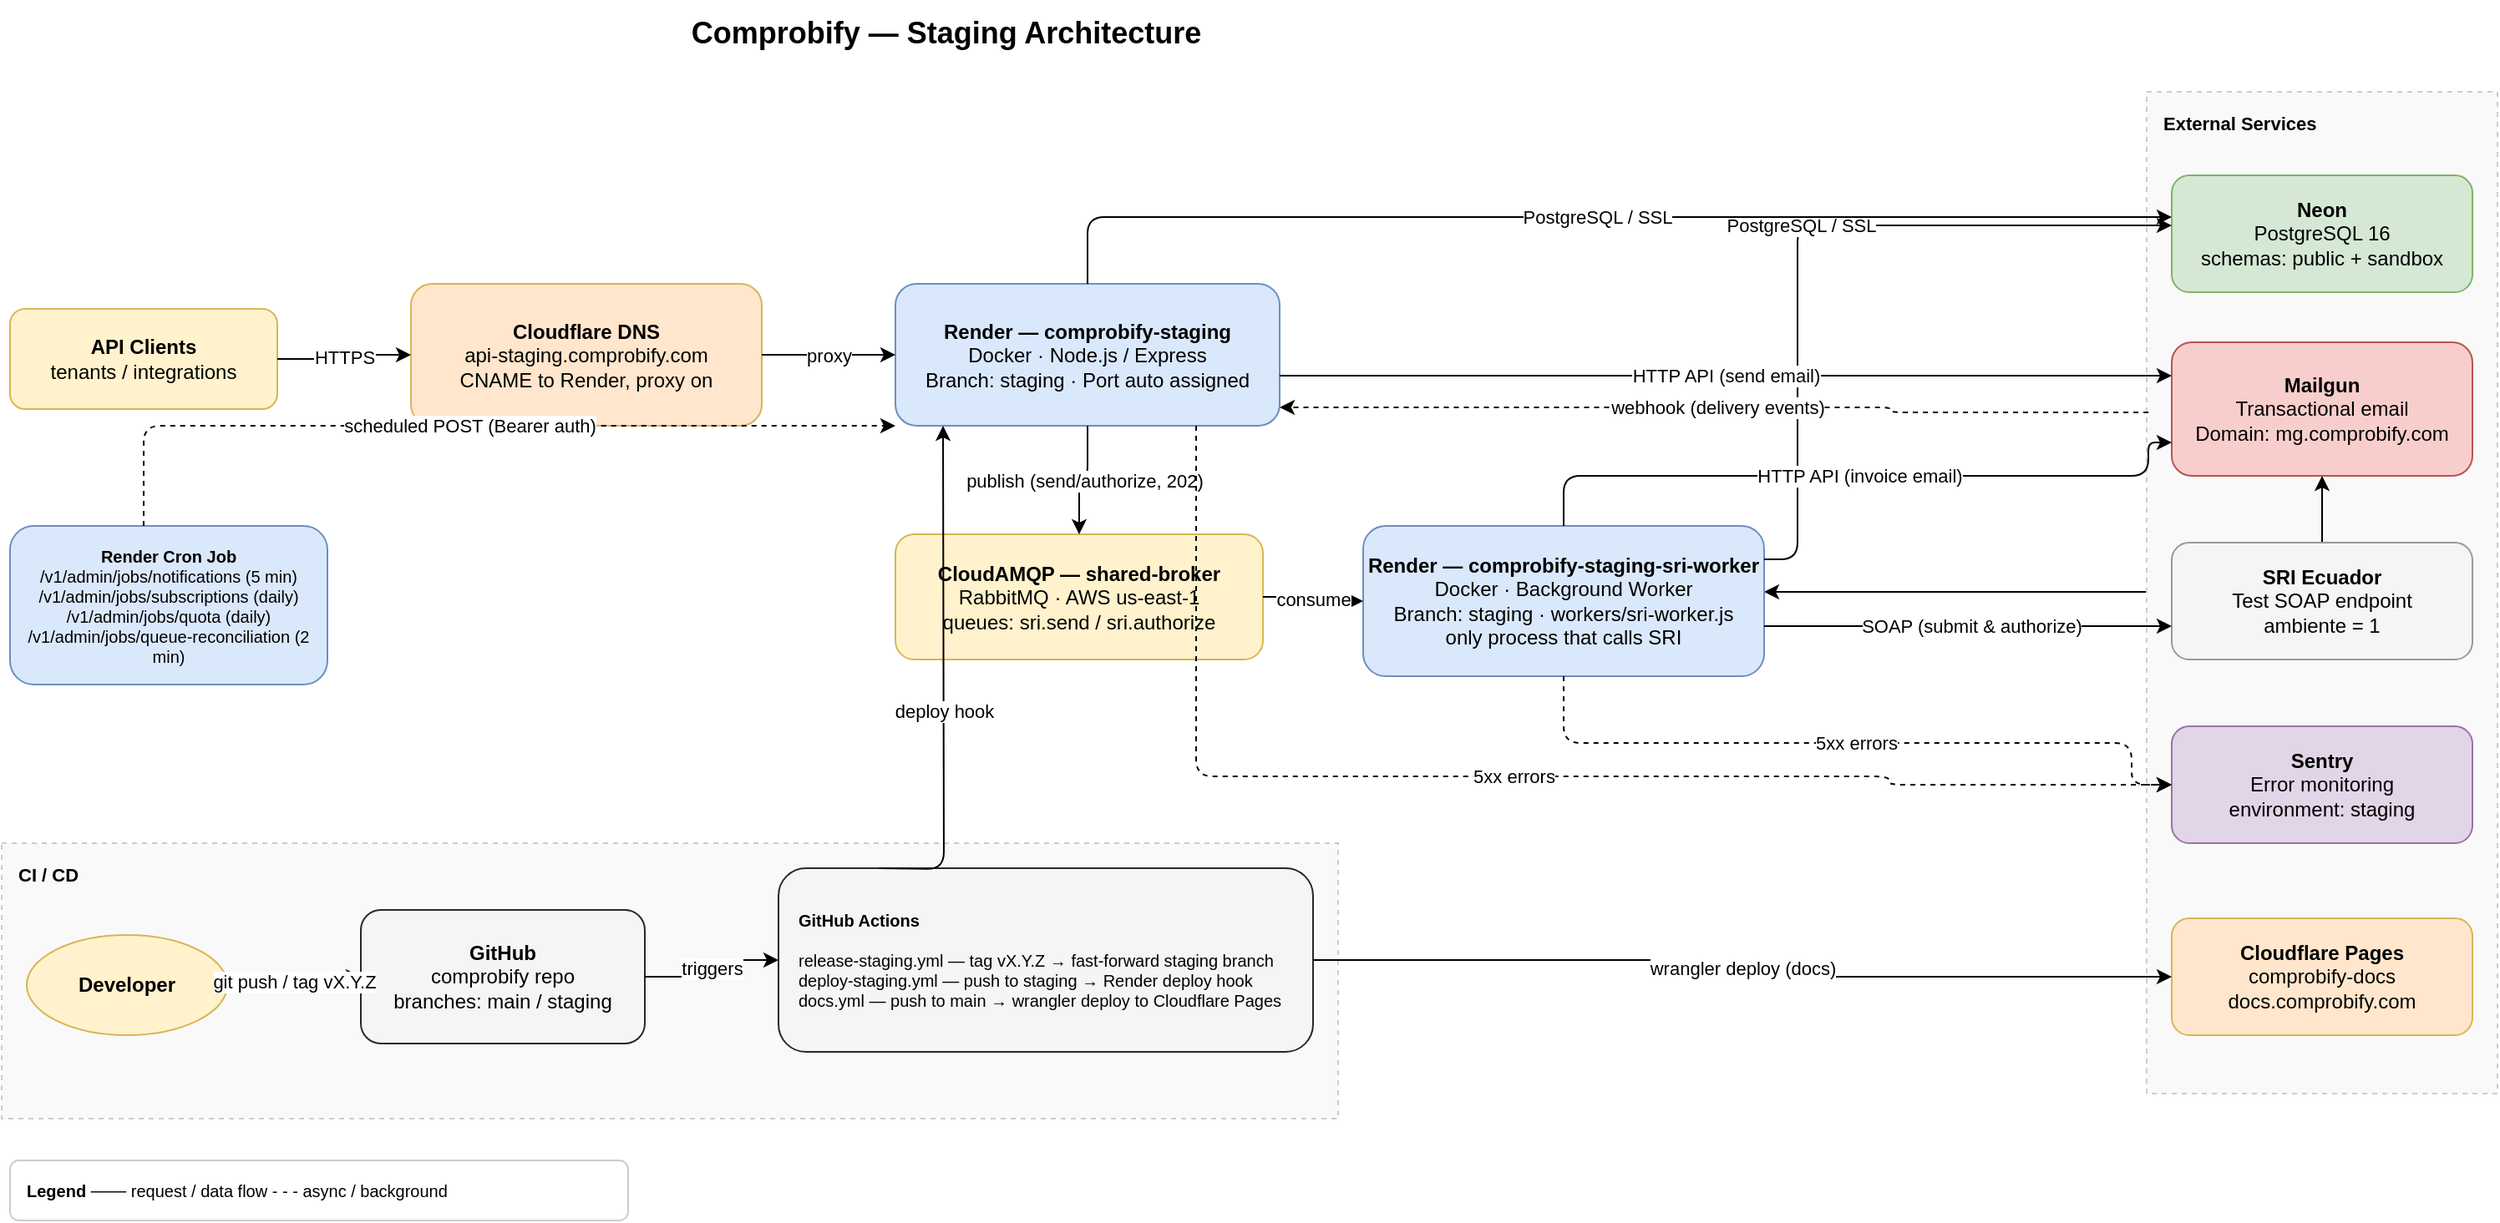
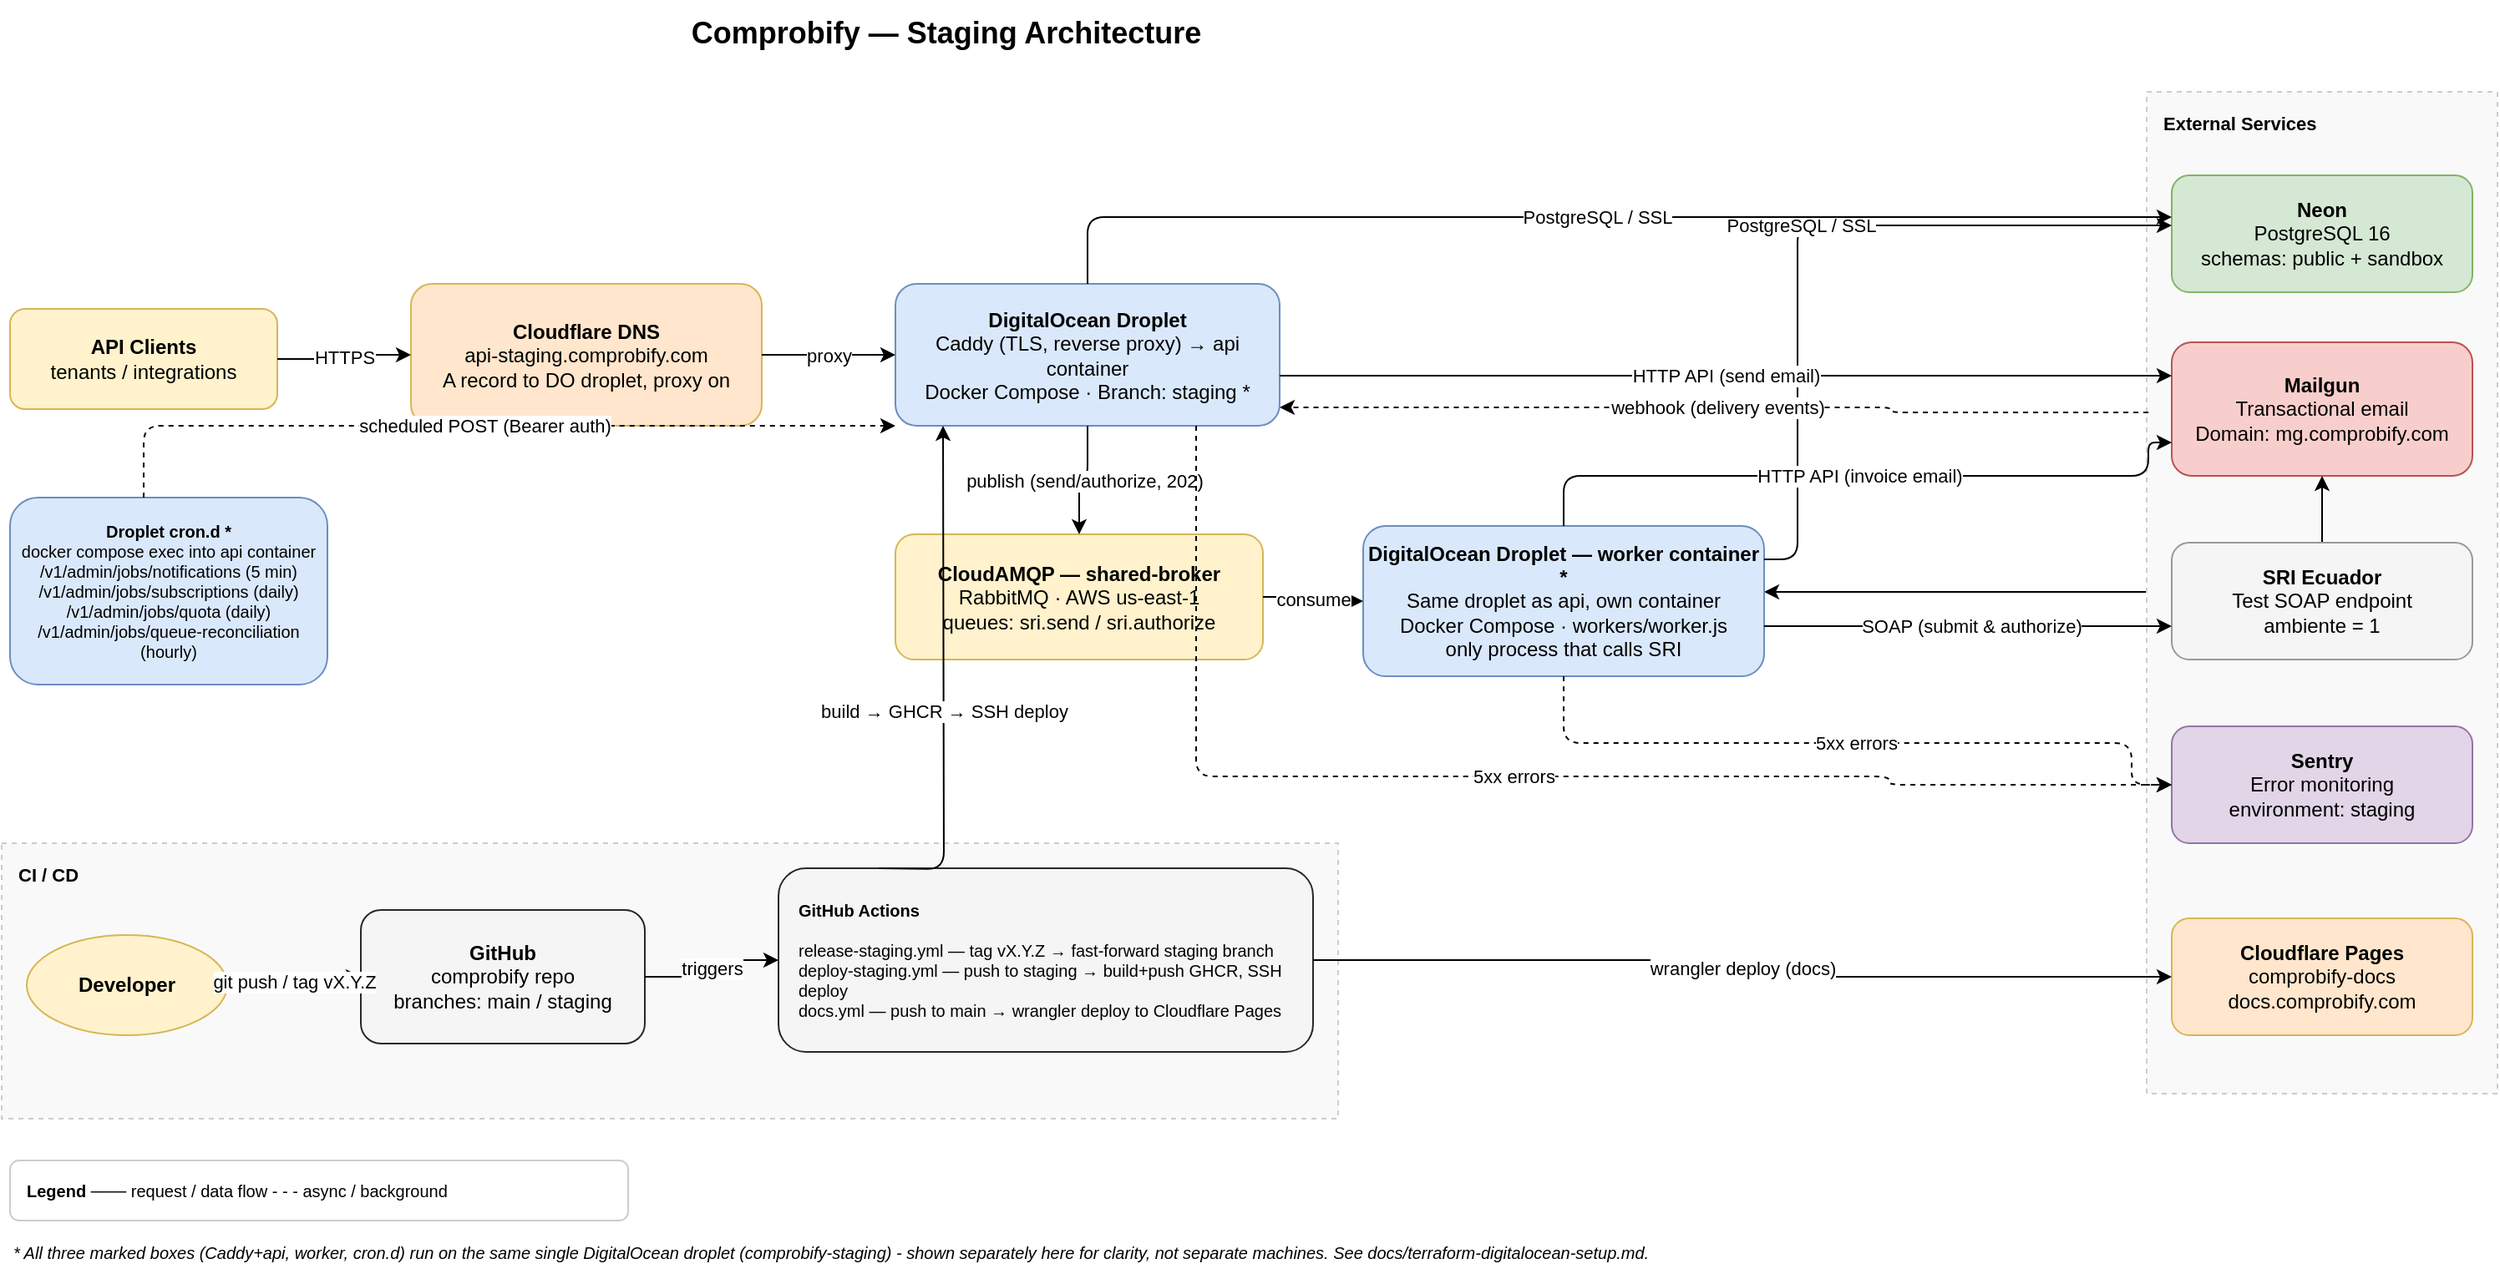
<mxfile host="app.diagrams.net">
  <diagram name="Staging Architecture" id="7UkjYN3cqqxy8C60ASo-">
    <mxGraphModel grid="1" page="1" gridSize="10" guides="1" tooltips="1" connect="1" arrows="1" fold="1" pageScale="1" pageWidth="827" pageHeight="1169" math="0" shadow="0">
      <root>
        <mxCell id="0" />
        <mxCell id="1" parent="0" />
        <mxCell id="iyyHeRbHeA1ESX64Fu_m-55" parent="1" style="text;html=1;strokeColor=none;fillColor=none;align=center;verticalAlign=middle;fontSize=18;fontStyle=1;" value="Comprobify — Staging Architecture" vertex="1">
          <mxGeometry height="40" width="480" x="380" y="15" as="geometry" />
        </mxCell>
        <mxCell id="iyyHeRbHeA1ESX64Fu_m-56" parent="1" style="text;html=1;align=left;verticalAlign=top;fontSize=11;fontStyle=1;strokeColor=#cccccc;fillColor=#f9f9f9;dashed=1;spacingLeft=8;spacingTop=6;" value="CI / CD" vertex="1">
          <mxGeometry height="165" width="800" x="55" y="520" as="geometry" />
        </mxCell>
        <mxCell id="MR4YI5n5OZRJ7tTRP6f--1" edge="1" parent="1" style="edgeStyle=orthogonalEdgeStyle;rounded=0;orthogonalLoop=1;jettySize=auto;html=1;" value="">
          <mxGeometry relative="1" as="geometry">
            <Array as="points">
              <mxPoint x="1180" y="369.47" />
              <mxPoint x="1180" y="369.47" />
            </Array>
            <mxPoint x="1339" y="369.47" as="sourcePoint" />
            <mxPoint x="1110" y="369.47" as="targetPoint" />
          </mxGeometry>
        </mxCell>
        <mxCell id="iyyHeRbHeA1ESX64Fu_m-57" parent="1" style="text;html=1;align=left;verticalAlign=top;fontSize=11;fontStyle=1;strokeColor=#cccccc;fillColor=#f9f9f9;dashed=1;spacingLeft=8;spacingTop=6;" value="External Services" vertex="1">
          <mxGeometry height="600" width="210" x="1339" y="70" as="geometry" />
        </mxCell>
        <mxCell id="iyyHeRbHeA1ESX64Fu_m-58" parent="1" style="rounded=1;whiteSpace=wrap;html=1;fillColor=#fff2cc;strokeColor=#d6b656;" value="&lt;b&gt;API Clients&lt;/b&gt;&lt;br/&gt;tenants / integrations" vertex="1">
          <mxGeometry height="60" width="160" x="60" y="200" as="geometry" />
        </mxCell>
-         <mxCell id="iyyHeRbHeA1ESX64Fu_m-59" parent="1" style="rounded=1;whiteSpace=wrap;html=1;fillColor=#ffe6cc;strokeColor=#d6b656;" value="&lt;b&gt;Cloudflare DNS&lt;/b&gt;&lt;br/&gt;api-staging.comprobify.com&lt;br/&gt;CNAME to Render, proxy on" vertex="1">
+         <mxCell id="iyyHeRbHeA1ESX64Fu_m-59" parent="1" style="rounded=1;whiteSpace=wrap;html=1;fillColor=#ffe6cc;strokeColor=#d6b656;" value="&lt;b&gt;Cloudflare DNS&lt;/b&gt;&lt;br/&gt;api-staging.comprobify.com&lt;br/&gt;A record to DO droplet, proxy on" vertex="1">
          <mxGeometry height="85" width="210" x="300" y="185" as="geometry" />
        </mxCell>
-         <mxCell id="iyyHeRbHeA1ESX64Fu_m-60" parent="1" style="rounded=1;whiteSpace=wrap;html=1;fillColor=#dae8fc;strokeColor=#6c8ebf;" value="&lt;b&gt;Render — comprobify-staging&lt;/b&gt;&lt;br&gt;Docker · Node.js / Express&lt;br&gt;Branch: staging · Port auto assigned" vertex="1">
+         <mxCell id="iyyHeRbHeA1ESX64Fu_m-60" parent="1" style="rounded=1;whiteSpace=wrap;html=1;fillColor=#dae8fc;strokeColor=#6c8ebf;" value="&lt;b&gt;DigitalOcean Droplet&lt;/b&gt;&lt;br&gt;Caddy (TLS, reverse proxy) → api container&lt;br&gt;Docker Compose · Branch: staging *" vertex="1">
          <mxGeometry height="85" width="230" x="590" y="185" as="geometry" />
        </mxCell>
        <mxCell id="iyyHeRbHeA1ESX64Fu_m-61" parent="1" style="rounded=1;whiteSpace=wrap;html=1;fillColor=#d5e8d4;strokeColor=#82b366;" value="&lt;b&gt;Neon&lt;/b&gt;&lt;br/&gt;PostgreSQL 16&lt;br/&gt;schemas: public + sandbox" vertex="1">
          <mxGeometry height="70" width="180" x="1354" y="120" as="geometry" />
        </mxCell>
        <mxCell id="iyyHeRbHeA1ESX64Fu_m-62" parent="1" style="rounded=1;whiteSpace=wrap;html=1;fillColor=#f8cecc;strokeColor=#b85450;" value="&lt;b&gt;Mailgun&lt;/b&gt;&lt;br&gt;Transactional email&lt;br&gt;Domain: mg.comprobify.com" vertex="1">
          <mxGeometry height="80" width="180" x="1354" y="220" as="geometry" />
        </mxCell>
        <mxCell id="iyyHeRbHeA1ESX64Fu_m-83" edge="1" parent="1" source="iyyHeRbHeA1ESX64Fu_m-63" style="edgeStyle=orthogonalEdgeStyle;rounded=0;orthogonalLoop=1;jettySize=auto;html=1;" target="iyyHeRbHeA1ESX64Fu_m-62" value="">
          <mxGeometry relative="1" as="geometry" />
        </mxCell>
        <mxCell id="iyyHeRbHeA1ESX64Fu_m-63" parent="1" style="rounded=1;whiteSpace=wrap;html=1;fillColor=#f5f5f5;strokeColor=#999999;" value="&lt;b&gt;SRI Ecuador&lt;/b&gt;&lt;br/&gt;Test SOAP endpoint&lt;br/&gt;ambiente = 1" vertex="1">
          <mxGeometry height="70" width="180" x="1354" y="340" as="geometry" />
        </mxCell>
        <mxCell id="iyyHeRbHeA1ESX64Fu_m-64" parent="1" style="rounded=1;whiteSpace=wrap;html=1;fillColor=#e1d5e7;strokeColor=#9673a6;" value="&lt;b&gt;Sentry&lt;/b&gt;&lt;br/&gt;Error monitoring&lt;br/&gt;environment: staging" vertex="1">
          <mxGeometry height="70" width="180" x="1354" y="450" as="geometry" />
        </mxCell>
        <mxCell id="iyyHeRbHeA1ESX64Fu_m-65" parent="1" style="rounded=1;whiteSpace=wrap;html=1;fillColor=#ffe6cc;strokeColor=#d6b656;" value="&lt;b&gt;Cloudflare Pages&lt;/b&gt;&lt;br/&gt;comprobify-docs&lt;br/&gt;docs.comprobify.com" vertex="1">
          <mxGeometry height="70" width="180" x="1354" y="565" as="geometry" />
        </mxCell>
        <mxCell id="iyyHeRbHeA1ESX64Fu_m-66" parent="1" style="ellipse;whiteSpace=wrap;html=1;fillColor=#fff2cc;strokeColor=#d6b656;" value="&lt;b&gt;Developer&lt;/b&gt;" vertex="1">
          <mxGeometry height="60" width="120" x="70" y="575" as="geometry" />
        </mxCell>
        <mxCell id="iyyHeRbHeA1ESX64Fu_m-67" parent="1" style="rounded=1;whiteSpace=wrap;html=1;fillColor=#f5f5f5;strokeColor=#24292e;" value="&lt;b&gt;GitHub&lt;/b&gt;&lt;br/&gt;comprobify repo&lt;br/&gt;branches: main / staging" vertex="1">
          <mxGeometry height="80" width="170" x="270" y="560" as="geometry" />
        </mxCell>
-         <mxCell id="iyyHeRbHeA1ESX64Fu_m-68" parent="1" style="rounded=1;whiteSpace=wrap;html=1;fillColor=#f5f5f5;strokeColor=#24292e;align=left;spacingLeft=10;fontSize=10;" value="&lt;b&gt;GitHub Actions&lt;/b&gt;&lt;br/&gt;&lt;br/&gt;release-staging.yml — tag vX.Y.Z  →  fast-forward staging branch&lt;br/&gt;deploy-staging.yml — push to staging  →  Render deploy hook&lt;br/&gt;docs.yml — push to main  →  wrangler deploy to Cloudflare Pages" vertex="1">
+         <mxCell id="iyyHeRbHeA1ESX64Fu_m-68" parent="1" style="rounded=1;whiteSpace=wrap;html=1;fillColor=#f5f5f5;strokeColor=#24292e;align=left;spacingLeft=10;fontSize=10;" value="&lt;b&gt;GitHub Actions&lt;/b&gt;&lt;br/&gt;&lt;br/&gt;release-staging.yml — tag vX.Y.Z  →  fast-forward staging branch&lt;br/&gt;deploy-staging.yml — push to staging  →  build+push GHCR, SSH deploy&lt;br/&gt;docs.yml — push to main  →  wrangler deploy to Cloudflare Pages" vertex="1">
          <mxGeometry height="110" width="320" x="520" y="535" as="geometry" />
        </mxCell>
-         <mxCell id="render-cron-node" parent="1" style="rounded=1;whiteSpace=wrap;html=1;fillColor=#dae8fc;strokeColor=#6c8ebf;fontSize=10;" value="&lt;b&gt;Render Cron Job&lt;/b&gt;&lt;br/&gt;/v1/admin/jobs/notifications (5 min)&lt;br/&gt;/v1/admin/jobs/subscriptions (daily)&lt;br/&gt;/v1/admin/jobs/quota (daily)&lt;br/&gt;/v1/admin/jobs/queue-reconciliation (2 min)" vertex="1">
-           <mxGeometry height="95" width="190" x="60" y="330" as="geometry" />
+         <mxCell id="render-cron-node" parent="1" style="rounded=1;whiteSpace=wrap;html=1;fillColor=#dae8fc;strokeColor=#6c8ebf;fontSize=10;" value="&lt;b&gt;Droplet cron.d *&lt;/b&gt;&lt;br/&gt;docker compose exec into api container&lt;br/&gt;/v1/admin/jobs/notifications (5 min)&lt;br/&gt;/v1/admin/jobs/subscriptions (daily)&lt;br/&gt;/v1/admin/jobs/quota (daily)&lt;br/&gt;/v1/admin/jobs/queue-reconciliation (hourly)" vertex="1">
+           <mxGeometry height="112" width="190" x="60" y="313" as="geometry" />
        </mxCell>
        <mxCell id="rabbitmq-node" parent="1" style="rounded=1;whiteSpace=wrap;html=1;fillColor=#fff2cc;strokeColor=#d6b656;" value="&lt;b&gt;CloudAMQP — shared-broker&lt;/b&gt;&lt;br/&gt;RabbitMQ · AWS us-east-1&lt;br/&gt;queues: sri.send / sri.authorize" vertex="1">
          <mxGeometry height="75" width="220" x="590" y="335" as="geometry" />
        </mxCell>
-         <mxCell id="worker-node" parent="1" style="rounded=1;whiteSpace=wrap;html=1;fillColor=#dae8fc;strokeColor=#6c8ebf;" value="&lt;b&gt;Render — comprobify-staging-sri-worker&lt;/b&gt;&lt;br&gt;Docker · Background Worker&lt;br&gt;Branch: staging · workers/sri-worker.js&lt;br&gt;only process that calls SRI" vertex="1">
+         <mxCell id="worker-node" parent="1" style="rounded=1;whiteSpace=wrap;html=1;fillColor=#dae8fc;strokeColor=#6c8ebf;" value="&lt;b&gt;DigitalOcean Droplet — worker container *&lt;/b&gt;&lt;br&gt;Same droplet as api, own container&lt;br&gt;Docker Compose · workers/worker.js&lt;br&gt;only process that calls SRI" vertex="1">
          <mxGeometry height="90" width="240" x="870" y="330" as="geometry" />
        </mxCell>
        <mxCell id="edge-api-rabbitmq" edge="1" parent="1" source="iyyHeRbHeA1ESX64Fu_m-60" style="edgeStyle=orthogonalEdgeStyle;html=1;" target="rabbitmq-node" value="publish (send/authorize, 202)">
          <mxGeometry relative="1" as="geometry" />
        </mxCell>
        <mxCell id="edge-rabbitmq-worker" edge="1" parent="1" source="rabbitmq-node" style="edgeStyle=orthogonalEdgeStyle;html=1;" target="worker-node" value="consume">
          <mxGeometry relative="1" as="geometry" />
        </mxCell>
        <mxCell id="edge-worker-neon" edge="1" parent="1" source="worker-node" style="edgeStyle=orthogonalEdgeStyle;html=1;" target="iyyHeRbHeA1ESX64Fu_m-61" value="PostgreSQL / SSL">
          <mxGeometry relative="1" as="geometry">
            <Array as="points">
              <mxPoint x="1130" y="350" />
              <mxPoint x="1130" y="150" />
            </Array>
          </mxGeometry>
        </mxCell>
        <mxCell id="edge-worker-mailgun" edge="1" parent="1" source="worker-node" style="edgeStyle=orthogonalEdgeStyle;html=1;" target="iyyHeRbHeA1ESX64Fu_m-62" value="HTTP API (invoice email)">
          <mxGeometry relative="1" as="geometry">
            <Array as="points">
              <mxPoint x="990" y="300" />
              <mxPoint x="1340" y="300" />
              <mxPoint x="1340" y="280" />
            </Array>
          </mxGeometry>
        </mxCell>
        <mxCell id="edge-worker-sentry" edge="1" parent="1" source="worker-node" style="edgeStyle=orthogonalEdgeStyle;html=1;dashed=1;" target="iyyHeRbHeA1ESX64Fu_m-64" value="5xx errors">
          <mxGeometry relative="1" as="geometry">
            <Array as="points">
              <mxPoint x="990" y="460" />
              <mxPoint x="1330" y="460" />
              <mxPoint x="1330" y="485" />
            </Array>
          </mxGeometry>
        </mxCell>
        <mxCell id="iyyHeRbHeA1ESX64Fu_m-69" edge="1" parent="1" source="iyyHeRbHeA1ESX64Fu_m-58" style="edgeStyle=orthogonalEdgeStyle;html=1;" target="iyyHeRbHeA1ESX64Fu_m-59" value="HTTPS">
          <mxGeometry relative="1" as="geometry" />
        </mxCell>
        <mxCell id="iyyHeRbHeA1ESX64Fu_m-70" edge="1" parent="1" source="iyyHeRbHeA1ESX64Fu_m-59" style="edgeStyle=orthogonalEdgeStyle;html=1;" target="iyyHeRbHeA1ESX64Fu_m-60" value="proxy">
          <mxGeometry relative="1" as="geometry" />
        </mxCell>
        <mxCell id="iyyHeRbHeA1ESX64Fu_m-71" edge="1" parent="1" source="iyyHeRbHeA1ESX64Fu_m-60" style="edgeStyle=orthogonalEdgeStyle;html=1;" target="iyyHeRbHeA1ESX64Fu_m-61" value="PostgreSQL / SSL">
          <mxGeometry relative="1" as="geometry">
            <Array as="points">
              <mxPoint x="705" y="145" />
            </Array>
          </mxGeometry>
        </mxCell>
        <mxCell id="iyyHeRbHeA1ESX64Fu_m-72" edge="1" parent="1" source="iyyHeRbHeA1ESX64Fu_m-60" style="edgeStyle=orthogonalEdgeStyle;html=1;" target="iyyHeRbHeA1ESX64Fu_m-62" value="HTTP API (send email)">
          <mxGeometry relative="1" as="geometry">
            <Array as="points">
              <mxPoint x="1040" y="240" />
              <mxPoint x="1040" y="240" />
            </Array>
          </mxGeometry>
        </mxCell>
        <mxCell id="iyyHeRbHeA1ESX64Fu_m-73" edge="1" parent="1" source="iyyHeRbHeA1ESX64Fu_m-57" style="edgeStyle=orthogonalEdgeStyle;html=1;dashed=1;exitX=0.005;exitY=0.32;exitDx=0;exitDy=0;exitPerimeter=0;" value="webhook (delivery events)">
          <mxGeometry relative="1" as="geometry">
            <Array as="points">
              <mxPoint x="1185" y="262" />
              <mxPoint x="1185" y="259" />
            </Array>
            <mxPoint x="1330" y="260" as="sourcePoint" />
            <mxPoint x="820" y="259" as="targetPoint" />
          </mxGeometry>
        </mxCell>
        <mxCell id="iyyHeRbHeA1ESX64Fu_m-74" edge="1" parent="1" style="edgeStyle=orthogonalEdgeStyle;html=1;entryX=0;entryY=0.5;entryDx=0;entryDy=0;" value="SOAP (submit &amp; authorize)">
          <mxGeometry relative="1" x="0.0105" as="geometry">
            <mxPoint as="offset" />
            <mxPoint x="1110" y="390" as="sourcePoint" />
            <mxPoint x="1354" y="390" as="targetPoint" />
          </mxGeometry>
        </mxCell>
        <mxCell id="iyyHeRbHeA1ESX64Fu_m-75" edge="1" parent="1" source="iyyHeRbHeA1ESX64Fu_m-60" style="edgeStyle=orthogonalEdgeStyle;html=1;dashed=1;entryX=0;entryY=0.5;entryDx=0;entryDy=0;" target="iyyHeRbHeA1ESX64Fu_m-64" value="5xx errors">
          <mxGeometry relative="1" as="geometry">
            <Array as="points">
              <mxPoint x="770" y="480" />
              <mxPoint x="1185" y="480" />
            </Array>
            <mxPoint x="1185" y="523" as="targetPoint" />
          </mxGeometry>
        </mxCell>
        <mxCell id="iyyHeRbHeA1ESX64Fu_m-76" edge="1" parent="1" source="iyyHeRbHeA1ESX64Fu_m-66" style="edgeStyle=orthogonalEdgeStyle;html=1;" target="iyyHeRbHeA1ESX64Fu_m-67" value="git push / tag vX.Y.Z">
          <mxGeometry relative="1" as="geometry" />
        </mxCell>
        <mxCell id="iyyHeRbHeA1ESX64Fu_m-77" edge="1" parent="1" source="iyyHeRbHeA1ESX64Fu_m-67" style="edgeStyle=orthogonalEdgeStyle;html=1;" target="iyyHeRbHeA1ESX64Fu_m-68" value="triggers">
          <mxGeometry relative="1" as="geometry" />
        </mxCell>
-         <mxCell id="iyyHeRbHeA1ESX64Fu_m-78" edge="1" parent="1" style="edgeStyle=orthogonalEdgeStyle;html=1;exitX=0.35;exitY=0;exitDx=0;exitDy=0;entryX=0.35;entryY=1;entryDx=0;entryDy=0;" value="deploy hook">
+         <mxCell id="iyyHeRbHeA1ESX64Fu_m-78" edge="1" parent="1" style="edgeStyle=orthogonalEdgeStyle;html=1;exitX=0.35;exitY=0;exitDx=0;exitDy=0;entryX=0.35;entryY=1;entryDx=0;entryDy=0;" value="build → GHCR → SSH deploy">
          <mxGeometry relative="1" x="-0.1203" as="geometry">
            <mxPoint as="offset" />
            <mxPoint x="580" y="535" as="sourcePoint" />
            <mxPoint x="618.5" y="270" as="targetPoint" />
          </mxGeometry>
        </mxCell>
        <mxCell id="iyyHeRbHeA1ESX64Fu_m-80" edge="1" parent="1" source="iyyHeRbHeA1ESX64Fu_m-68" style="edgeStyle=orthogonalEdgeStyle;html=1;" target="iyyHeRbHeA1ESX64Fu_m-65" value="wrangler deploy (docs)">
          <mxGeometry relative="1" as="geometry" />
        </mxCell>
        <mxCell id="render-cron-edge" edge="1" parent="1" source="render-cron-node" style="edgeStyle=orthogonalEdgeStyle;html=1;dashed=1;" target="iyyHeRbHeA1ESX64Fu_m-60" value="scheduled POST (Bearer auth)">
          <mxGeometry relative="1" as="geometry">
            <Array as="points">
              <mxPoint x="140" y="270" />
              <mxPoint x="590" y="270" />
            </Array>
          </mxGeometry>
        </mxCell>
        <mxCell id="iyyHeRbHeA1ESX64Fu_m-81" parent="1" style="text;html=1;strokeColor=#cccccc;fillColor=#ffffff;align=left;verticalAlign=middle;whiteSpace=wrap;rounded=1;fontSize=10;spacingLeft=8;" value="&lt;b&gt;Legend&lt;/b&gt;   ─── request / data flow     - - -  async / background" vertex="1">
          <mxGeometry height="36" width="370" x="60" y="710" as="geometry" />
        </mxCell>
+         <mxCell id="do-droplet-footnote" parent="1" style="text;html=1;strokeColor=none;fillColor=none;align=left;verticalAlign=middle;fontSize=10;fontStyle=2;" value="* All three marked boxes (Caddy+api, worker, cron.d) run on the same single DigitalOcean droplet (comprobify-staging) - shown separately here for clarity, not separate machines. See docs/terraform-digitalocean-setup.md." vertex="1">
+           <mxGeometry height="30" width="800" x="60" y="750" as="geometry" />
+         </mxCell>
      </root>
    </mxGraphModel>
  </diagram>
</mxfile>
